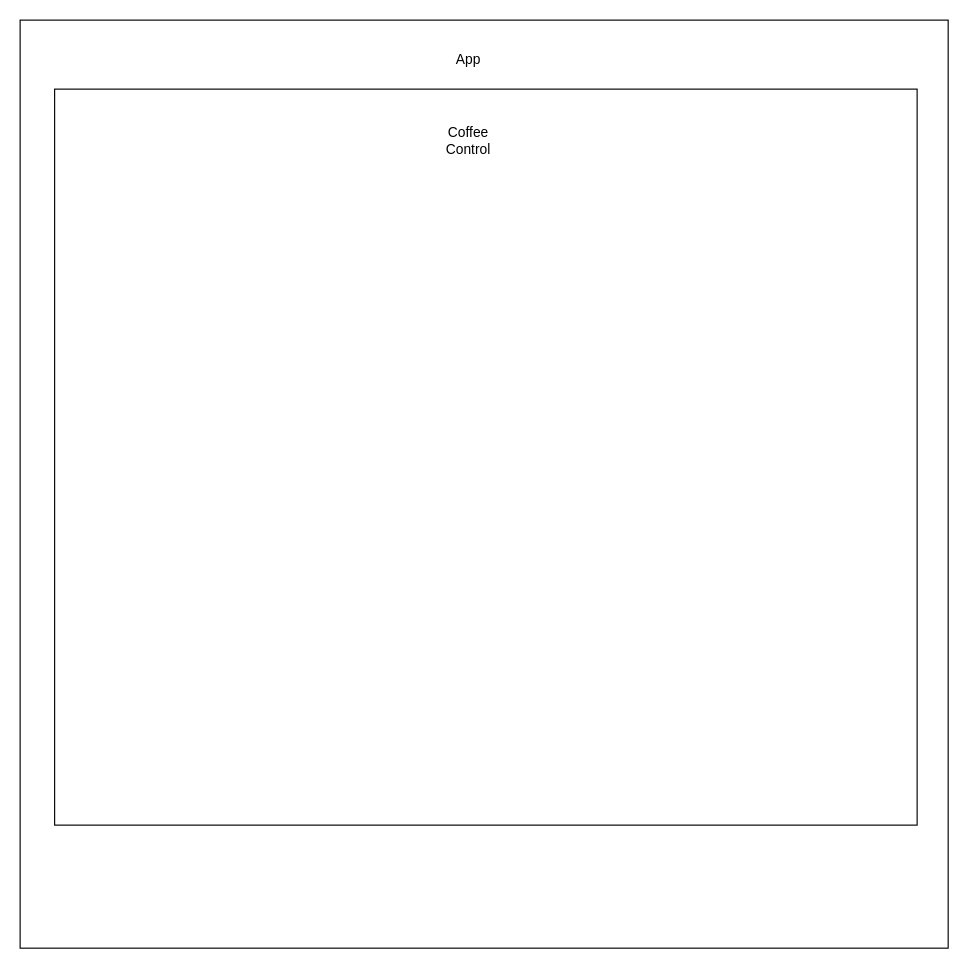
Earlier version of the draw.io diagram public/Untitled Diagram.drawio (boboflofo/coffee). Source tidied: cells renumbered, new cells numbered last; positions are measured from the earlier drawing's top-left corner, leaving out a move shared by most shapes. Both pictures are drawn from the tidied source at 115%, with x=0, y=0 at pixel (20, 20).
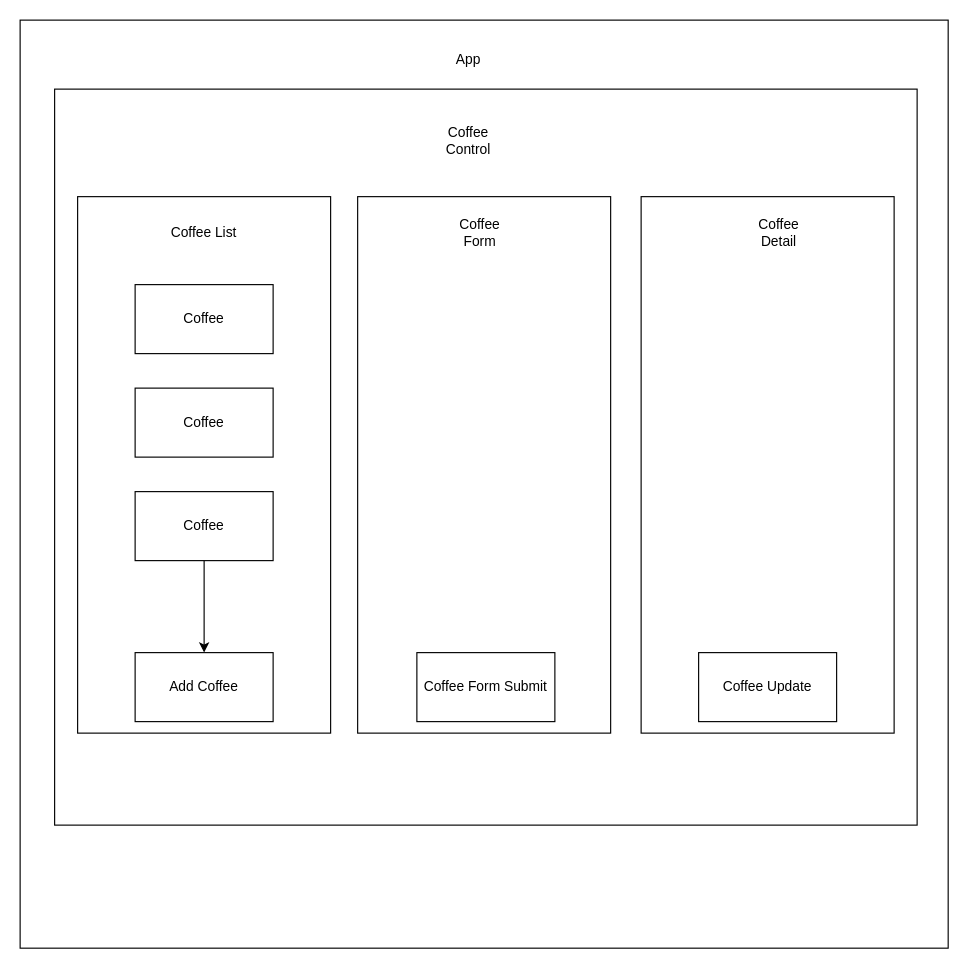
Above is the later version.

Commit message:
Finish initial ideaboard

Diff of the diagram source:
```diff
@@
 <mxGraphModel>
   <root>
     <mxCell id="0" />
     <mxCell id="1" parent="0" />
     <mxCell id="2" style="whiteSpace=wrap;html=1;" parent="1" vertex="1">
       <mxGeometry width="807" height="807" as="geometry" />
     </mxCell>
     <mxCell id="3" value="App" style="text;strokeColor=none;align=center;fillColor=none;html=1;verticalAlign=middle;whiteSpace=wrap;rounded=0;" parent="1" vertex="1">
       <mxGeometry x="360" y="20" width="60" height="30" as="geometry" />
     </mxCell>
     <mxCell id="4" style="rounded=0;whiteSpace=wrap;html=1;" parent="1" vertex="1">
       <mxGeometry x="30" y="60" width="750" height="640" as="geometry" />
     </mxCell>
     <mxCell id="5" value="Coffee Control" style="text;strokeColor=none;align=center;fillColor=none;html=1;verticalAlign=middle;whiteSpace=wrap;rounded=0;" parent="1" vertex="1">
       <mxGeometry x="360" y="90" width="60" height="30" as="geometry" />
     </mxCell>
+    <mxCell id="6" style="rounded=0;whiteSpace=wrap;html=1;" parent="1" vertex="1">
+      <mxGeometry x="50" y="153.5" width="220" height="466.5" as="geometry" />
+    </mxCell>
+    <mxCell id="7" style="rounded=0;whiteSpace=wrap;html=1;" parent="1" vertex="1">
+      <mxGeometry x="293.5" y="153.5" width="220" height="466.5" as="geometry" />
+    </mxCell>
+    <mxCell id="8" style="rounded=0;whiteSpace=wrap;html=1;" parent="1" vertex="1">
+      <mxGeometry x="540" y="153.5" width="220" height="466.5" as="geometry" />
+    </mxCell>
+    <mxCell id="9" value="Coffee List" style="text;strokeColor=none;align=center;fillColor=none;html=1;verticalAlign=middle;whiteSpace=wrap;rounded=0;" parent="1" vertex="1">
+      <mxGeometry x="130" y="170" width="60" height="30" as="geometry" />
+    </mxCell>
+    <mxCell id="10" value="Coffee" style="rounded=0;whiteSpace=wrap;html=1;" parent="1" vertex="1">
+      <mxGeometry x="100" y="230" width="120" height="60" as="geometry" />
+    </mxCell>
+    <mxCell id="11" value="Coffee" style="rounded=0;whiteSpace=wrap;html=1;" parent="1" vertex="1">
+      <mxGeometry x="100" y="320" width="120" height="60" as="geometry" />
+    </mxCell>
+    <mxCell id="12" style="edgeStyle=orthogonalEdgeStyle;rounded=0;jettySize=auto;html=1;" parent="1" edge="1" source="13" target="14">
+      <mxGeometry relative="1" as="geometry" />
+    </mxCell>
+    <mxCell id="13" value="Coffee" style="rounded=0;whiteSpace=wrap;html=1;" parent="1" vertex="1">
+      <mxGeometry x="100" y="410" width="120" height="60" as="geometry" />
+    </mxCell>
+    <mxCell id="14" value="Add Coffee" style="rounded=0;whiteSpace=wrap;html=1;" parent="1" vertex="1">
+      <mxGeometry x="100" y="550" width="120" height="60" as="geometry" />
+    </mxCell>
+    <mxCell id="15" value="Coffee Form" style="text;strokeColor=none;align=center;fillColor=none;html=1;verticalAlign=middle;whiteSpace=wrap;rounded=0;" parent="1" vertex="1">
+      <mxGeometry x="370" y="170" width="60" height="30" as="geometry" />
+    </mxCell>
+    <mxCell id="16" value="Coffee Form Submit" style="rounded=0;whiteSpace=wrap;html=1;" parent="1" vertex="1">
+      <mxGeometry x="345" y="550" width="120" height="60" as="geometry" />
+    </mxCell>
+    <mxCell id="17" value="Coffee Detail" style="text;strokeColor=none;align=center;fillColor=none;html=1;verticalAlign=middle;whiteSpace=wrap;rounded=0;" parent="1" vertex="1">
+      <mxGeometry x="630" y="170" width="60" height="30" as="geometry" />
+    </mxCell>
+    <mxCell id="18" value="Coffee Update" style="rounded=0;whiteSpace=wrap;html=1;" parent="1" vertex="1">
+      <mxGeometry x="590" y="550" width="120" height="60" as="geometry" />
+    </mxCell>
   </root>
 </mxGraphModel>
```
